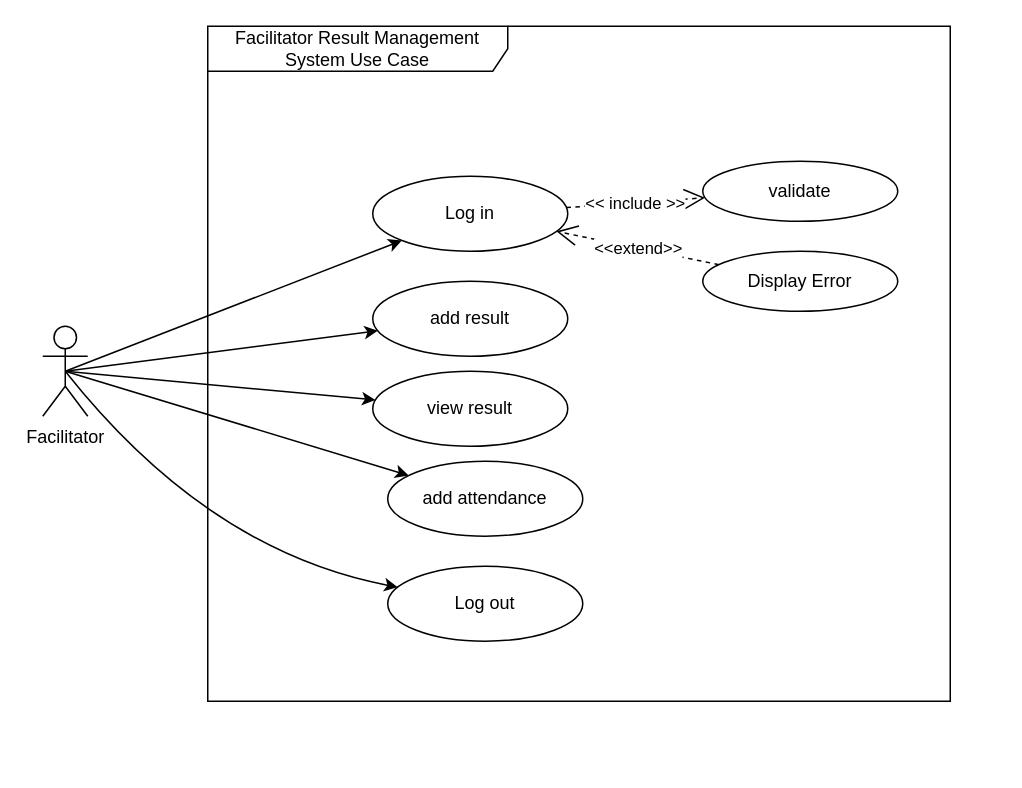
manojtsx/ResultManagementSystem-JAVA keeps this draw.io diagram as EssentialsDiagram/rmsUseCaseFacilitator.drawio. Above is the earlier version. Source tidied: cells renumbered, new cells numbered last; positions are measured from the earlier drawing's top-left corner, leaving out a move shared by most shapes. Both pictures are drawn from the tidied source at 150%, with x=0, y=0 at pixel (42, 26).
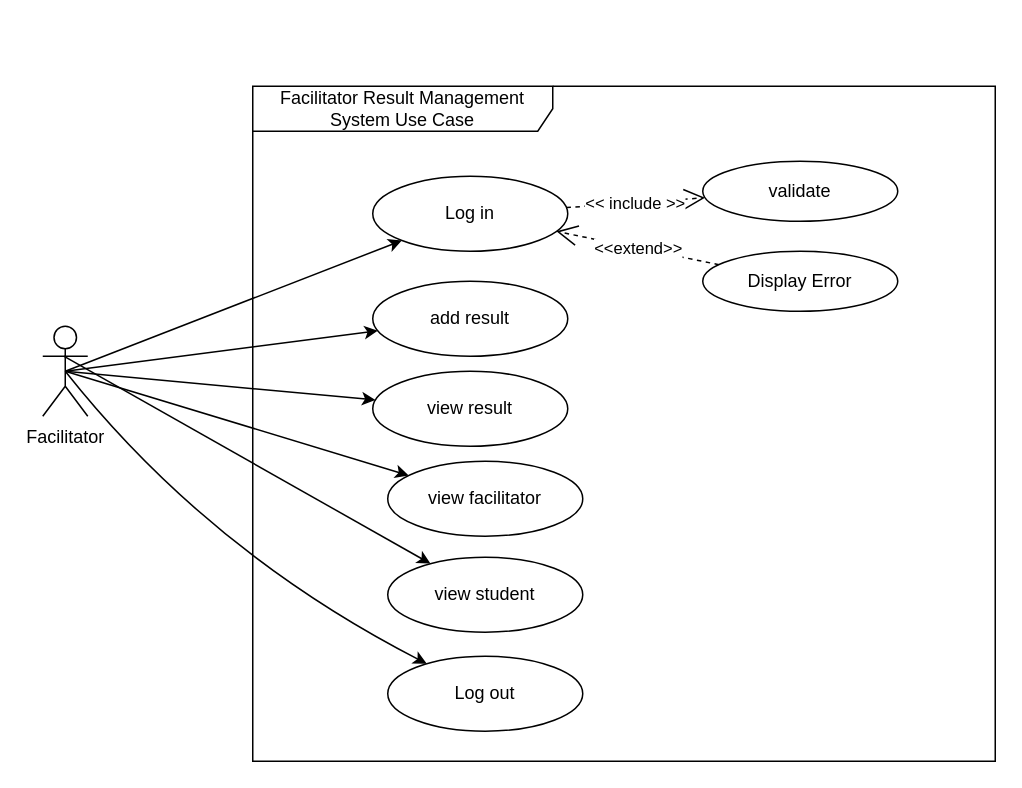
After the change.

Unchanged cells that the change refers to:
```xml
<mxCell id="2" value="Facilitator" style="shape=umlActor;verticalLabelPosition=bottom;verticalAlign=top;html=1;" parent="1" vertex="1">
  <mxGeometry y="200" width="30" height="60" as="geometry" />
</mxCell>
```

Diff of the diagram source:
```diff
@@
-    <mxCell id="6" value="add attendance" style="ellipse;whiteSpace=wrap;html=1;" parent="1" vertex="1">
+    <mxCell id="6" value="view facilitator" style="ellipse;whiteSpace=wrap;html=1;" parent="1" vertex="1">
       <mxGeometry x="230" y="290" width="130" height="50" as="geometry" />
     </mxCell>
     <mxCell id="7" value="Log out" style="ellipse;whiteSpace=wrap;html=1;" parent="1" vertex="1">
-      <mxGeometry x="230" y="360" width="130" height="50" as="geometry" />
+      <mxGeometry x="230" y="420" width="130" height="50" as="geometry" />
     </mxCell>
@@
     <mxCell id="15" value="Facilitator Result Management System Use Case" style="shape=umlFrame;whiteSpace=wrap;html=1;strokeWidth=1;fillColor=none;width=200;height=30;fontColor=#000000;strokeColor=#000000;" parent="1" vertex="1">
-      <mxGeometry x="110" width="495" height="450" as="geometry" />
+      <mxGeometry x="140" y="40" width="495" height="450" as="geometry" />
     </mxCell>
@@
+    <mxCell id="18" value="view student" style="ellipse;whiteSpace=wrap;html=1;" parent="1" vertex="1">
+      <mxGeometry x="230" y="354" width="130" height="50" as="geometry" />
+    </mxCell>
+    <mxCell id="19" style="html=1;exitX=0.467;exitY=0.333;exitPerimeter=0;jettySize=auto;curved=1;fontColor=#000000;exitDx=0;exitDy=0;strokeColor=#000000;" parent="1" edge="1" source="2" target="18">
+      <mxGeometry relative="1" as="geometry" />
+    </mxCell>
```
